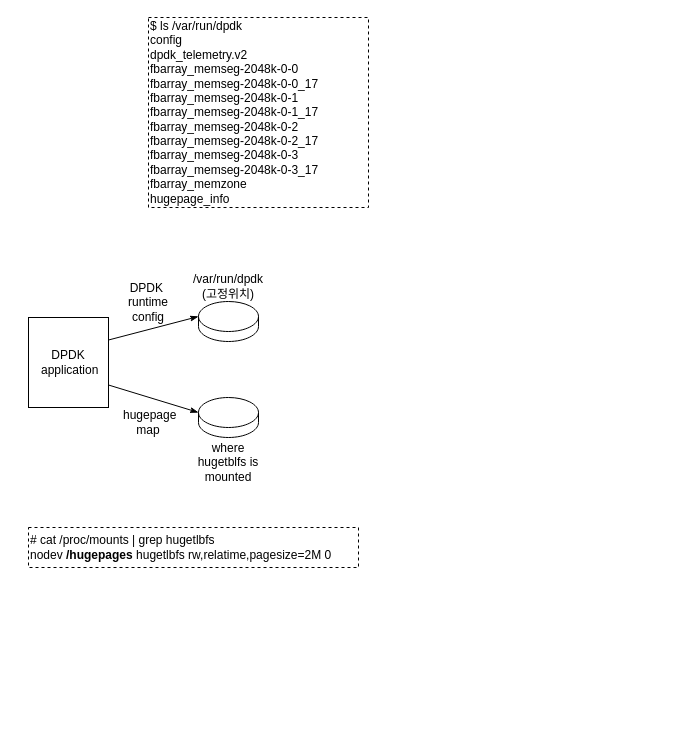
The draw.io diagram page "Copy of Page-1" (2 of 2) of dpdk multi-process.drawio in cychong47/how-to-share-hugepage-in-k8s, before the edit. Source tidied: cells renumbered, new cells numbered last; positions are measured from the earlier drawing's top-left corner, leaving out a move shared by most shapes. Both pictures are drawn from the tidied source at 100%, with x=0, y=0 at pixel (28, 17).
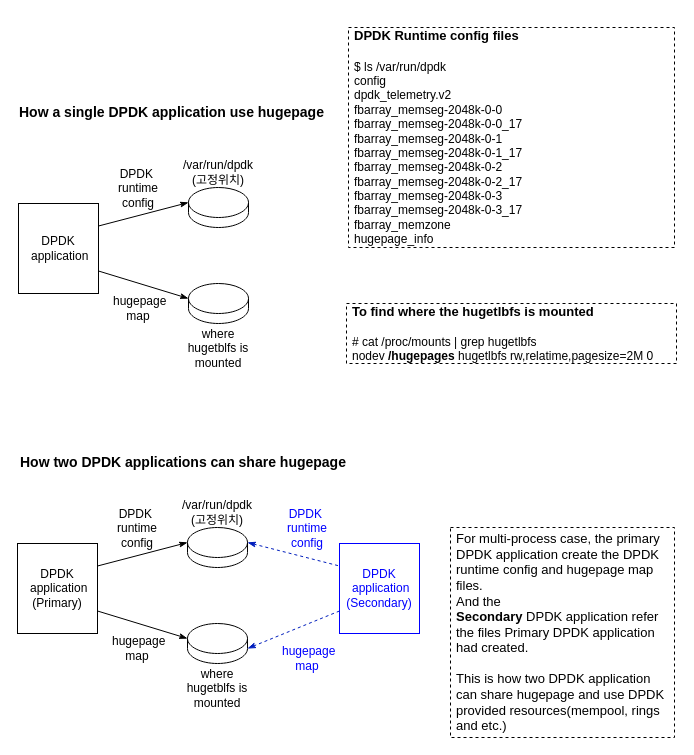
The same page after the edit.

Commit message:
Add basic multi-process case

Diff of the diagram source:
```diff
@@
-    <mxCell id="2" value="&lt;div&gt;# cat /proc/mounts | grep hugetlbfs&lt;/div&gt;&lt;div&gt;nodev &lt;b&gt;/hugepages&lt;/b&gt; hugetlbfs rw,relatime,pagesize=2M 0&amp;nbsp;&lt;/div&gt;" style="text;html=1;strokeColor=default;fillColor=none;align=left;verticalAlign=middle;whiteSpace=wrap;rounded=0;fontFamily=Helvetica;dashed=1;" parent="1" vertex="1">
-      <mxGeometry y="510" width="330" height="40" as="geometry" />
+    <mxCell id="2" value="&lt;div style=&quot;font-size: 13px&quot;&gt;&lt;b&gt;&lt;font style=&quot;font-size: 13px&quot;&gt;To find where the hugetlbfs is mounted&lt;/font&gt;&lt;/b&gt;&lt;/div&gt;&lt;div style=&quot;font-size: 13px&quot;&gt;&lt;br&gt;&lt;/div&gt;&lt;div&gt;# cat /proc/mounts | grep hugetlbfs&lt;/div&gt;&lt;div&gt;nodev &lt;b&gt;/hugepages&lt;/b&gt; hugetlbfs rw,relatime,pagesize=2M 0&amp;nbsp;&lt;/div&gt;" style="text;html=1;strokeColor=default;fillColor=none;align=left;verticalAlign=middle;whiteSpace=wrap;rounded=0;fontFamily=Helvetica;dashed=1;spacing=6;" parent="1" vertex="1">
+      <mxGeometry x="318" y="286" width="330" height="60" as="geometry" />
     </mxCell>
-    <mxCell id="3" value="&lt;div&gt;$ ls /var/run/dpdk&lt;/div&gt;&lt;div&gt;config&lt;/div&gt;&lt;div&gt;dpdk_telemetry.v2&lt;/div&gt;&lt;div&gt;fbarray_memseg-2048k-0-0&lt;/div&gt;&lt;div&gt;fbarray_memseg-2048k-0-0_17&lt;/div&gt;&lt;div&gt;fbarray_memseg-2048k-0-1&lt;/div&gt;&lt;div&gt;fbarray_memseg-2048k-0-1_17&lt;/div&gt;&lt;div&gt;fbarray_memseg-2048k-0-2&lt;/div&gt;&lt;div&gt;fbarray_memseg-2048k-0-2_17&lt;/div&gt;&lt;div&gt;fbarray_memseg-2048k-0-3&lt;/div&gt;&lt;div&gt;fbarray_memseg-2048k-0-3_17&lt;/div&gt;&lt;div&gt;fbarray_memzone&lt;/div&gt;&lt;div&gt;hugepage_info&lt;/div&gt;" style="text;html=1;strokeColor=default;fillColor=none;align=left;verticalAlign=middle;whiteSpace=wrap;rounded=0;fontFamily=Helvetica;dashed=1;" parent="1" vertex="1">
-      <mxGeometry x="120" width="220" height="190" as="geometry" />
+    <mxCell id="3" value="&lt;div style=&quot;font-size: 13px&quot;&gt;&lt;b&gt;&lt;font style=&quot;font-size: 13px&quot;&gt;DPDK Runtime config files&lt;/font&gt;&lt;/b&gt;&lt;/div&gt;&lt;div style=&quot;font-size: 13px&quot;&gt;&lt;br&gt;&lt;/div&gt;&lt;div&gt;$ ls /var/run/dpdk&lt;/div&gt;&lt;div&gt;config&lt;/div&gt;&lt;div&gt;dpdk_telemetry.v2&lt;/div&gt;&lt;div&gt;fbarray_memseg-2048k-0-0&lt;/div&gt;&lt;div&gt;fbarray_memseg-2048k-0-0_17&lt;/div&gt;&lt;div&gt;fbarray_memseg-2048k-0-1&lt;/div&gt;&lt;div&gt;fbarray_memseg-2048k-0-1_17&lt;/div&gt;&lt;div&gt;fbarray_memseg-2048k-0-2&lt;/div&gt;&lt;div&gt;fbarray_memseg-2048k-0-2_17&lt;/div&gt;&lt;div&gt;fbarray_memseg-2048k-0-3&lt;/div&gt;&lt;div&gt;fbarray_memseg-2048k-0-3_17&lt;/div&gt;&lt;div&gt;fbarray_memzone&lt;/div&gt;&lt;div&gt;hugepage_info&lt;/div&gt;" style="text;html=1;strokeColor=default;fillColor=none;align=left;verticalAlign=middle;whiteSpace=wrap;rounded=0;fontFamily=Helvetica;dashed=1;spacing=6;" parent="1" vertex="1">
+      <mxGeometry x="320" y="10" width="326" height="220" as="geometry" />
     </mxCell>
+    <mxCell id="13" value="DPDK &amp;nbsp;application&lt;br&gt;(Primary)" style="rounded=0;whiteSpace=wrap;html=1;" parent="1" vertex="1">
+      <mxGeometry x="-11" y="526" width="80" height="90" as="geometry" />
+    </mxCell>
+    <mxCell id="14" style="shape=cylinder3;whiteSpace=wrap;html=1;boundedLbl=1;backgroundOutline=1;size=15;" parent="1" vertex="1">
+      <mxGeometry x="159" y="606" width="60" height="40" as="geometry" />
+    </mxCell>
+    <mxCell id="15" style="shape=cylinder3;whiteSpace=wrap;html=1;boundedLbl=1;backgroundOutline=1;size=15;" parent="1" vertex="1">
+      <mxGeometry x="159" y="510" width="60" height="40" as="geometry" />
+    </mxCell>
+    <mxCell id="16" value="where hugetblfs is mounted" style="text;html=1;strokeColor=none;fillColor=none;align=center;verticalAlign=middle;whiteSpace=wrap;rounded=0;" parent="1" vertex="1">
+      <mxGeometry x="149" y="656" width="80" height="30" as="geometry" />
+    </mxCell>
+    <mxCell id="17" value="DPDK&amp;nbsp;&lt;br&gt;runtime&lt;br&gt;config" style="text;html=1;strokeColor=none;fillColor=none;align=center;verticalAlign=middle;whiteSpace=wrap;rounded=0;" parent="1" vertex="1">
+      <mxGeometry x="79" y="496" width="60" height="30" as="geometry" />
+    </mxCell>
+    <mxCell id="18" style="endArrow=none;html=1;rounded=0;exitX=0;exitY=0;exitDx=0;exitDy=15;exitPerimeter=0;endFill=0;startArrow=classicThin;startFill=1;entryX=1;entryY=0.75;entryDx=0;entryDy=0;" parent="1" edge="1" source="14" target="13">
+      <mxGeometry relative="1" as="geometry" />
+    </mxCell>
+    <mxCell id="19" style="endArrow=none;html=1;rounded=0;entryX=1;entryY=0.25;entryDx=0;entryDy=0;startArrow=classicThin;startFill=1;exitX=0;exitY=0;exitDx=0;exitDy=15;exitPerimeter=0;" parent="1" edge="1" source="15" target="13">
+      <mxGeometry relative="1" as="geometry" />
+    </mxCell>
+    <mxCell id="20" value="/var/run/dpdk&lt;br&gt;(고정위치)" style="text;html=1;strokeColor=none;fillColor=none;align=center;verticalAlign=middle;whiteSpace=wrap;rounded=0;" parent="1" vertex="1">
+      <mxGeometry x="159" y="480" width="60" height="30" as="geometry" />
+    </mxCell>
+    <mxCell id="21" value="&amp;nbsp;hugepage&lt;br&gt;map" style="text;html=1;strokeColor=none;fillColor=none;align=center;verticalAlign=middle;whiteSpace=wrap;rounded=0;" parent="1" vertex="1">
+      <mxGeometry x="79" y="616" width="60" height="30" as="geometry" />
+    </mxCell>
+    <mxCell id="22" value="DPDK &amp;nbsp;application&lt;br&gt;(Secondary)" style="rounded=0;whiteSpace=wrap;html=1;strokeColor=#0000FF;fontColor=#0000FF;" parent="1" vertex="1">
+      <mxGeometry x="311" y="526" width="80" height="90" as="geometry" />
+    </mxCell>
+    <mxCell id="23" style="endArrow=none;html=1;rounded=0;entryX=0;entryY=0.25;entryDx=0;entryDy=0;startArrow=classicThin;startFill=1;exitX=1;exitY=0;exitDx=0;exitDy=15;exitPerimeter=0;fillColor=#0050ef;strokeColor=#001DBC;dashed=1;" parent="1" edge="1" source="15" target="22">
+      <mxGeometry relative="1" as="geometry" />
+    </mxCell>
+    <mxCell id="24" style="endArrow=none;html=1;rounded=0;exitX=1;exitY=1;exitDx=0;exitDy=-15;exitPerimeter=0;endFill=0;startArrow=classicThin;startFill=1;entryX=0;entryY=0.75;entryDx=0;entryDy=0;fillColor=#0050ef;strokeColor=#001DBC;dashed=1;" parent="1" edge="1" source="14" target="22">
+      <mxGeometry relative="1" as="geometry" />
+    </mxCell>
+    <mxCell id="25" value="&amp;nbsp;hugepage&lt;br&gt;map" style="text;html=1;strokeColor=none;fillColor=none;align=center;verticalAlign=middle;whiteSpace=wrap;rounded=0;fontColor=#0000FF;" parent="1" vertex="1">
+      <mxGeometry x="249" y="626" width="60" height="30" as="geometry" />
+    </mxCell>
+    <mxCell id="26" value="DPDK&amp;nbsp;&lt;br&gt;runtime&lt;br&gt;config" style="text;html=1;strokeColor=none;fillColor=none;align=center;verticalAlign=middle;whiteSpace=wrap;rounded=0;fontColor=#0000FF;" parent="1" vertex="1">
+      <mxGeometry x="249" y="496" width="60" height="30" as="geometry" />
+    </mxCell>
+    <mxCell id="27" value="&lt;div&gt;&lt;font size=&quot;2&quot;&gt;For multi-process case, the&amp;nbsp;primary DPDK application create the DPDK runtime config and&amp;nbsp;hugepage map files.&amp;nbsp;&lt;/font&gt;&lt;/div&gt;&lt;div&gt;&lt;font size=&quot;2&quot;&gt;And the &lt;b&gt;Secondary&lt;/b&gt;&amp;nbsp;DPDK&amp;nbsp;application refer the&amp;nbsp;files Primary DPDK&amp;nbsp;application had created.&lt;/font&gt;&lt;/div&gt;&lt;div&gt;&lt;font size=&quot;2&quot;&gt;&lt;br&gt;&lt;/font&gt;&lt;/div&gt;&lt;div&gt;&lt;font size=&quot;2&quot;&gt;This is how two DPDK&amp;nbsp;application can share hugepage and use DPDK provided resources(mempool, rings and etc.)&lt;/font&gt;&lt;/div&gt;" style="text;html=1;strokeColor=default;fillColor=none;align=left;verticalAlign=middle;whiteSpace=wrap;rounded=0;fontFamily=Helvetica;dashed=1;spacing=6;" parent="1" vertex="1">
+      <mxGeometry x="422" y="510" width="224" height="210" as="geometry" />
+    </mxCell>
+    <mxCell id="28" style="group;" parent="1" vertex="1">
+      <mxGeometry x="-10" y="140" width="240" height="206" as="geometry" />
+    </mxCell>
-    <mxCell id="4" value="DPDK &amp;nbsp;application" style="rounded=0;whiteSpace=wrap;html=1;" parent="1" vertex="1">
-      <mxGeometry y="300" width="80" height="90" as="geometry" />
+    <mxCell id="4" value="DPDK &amp;nbsp;application" style="rounded=0;whiteSpace=wrap;html=1;" parent="28" vertex="1">
+      <mxGeometry y="46" width="80" height="90" as="geometry" />
     </mxCell>
-    <mxCell id="5" style="shape=cylinder3;whiteSpace=wrap;html=1;boundedLbl=1;backgroundOutline=1;size=15;" parent="1" vertex="1">
-      <mxGeometry x="170" y="380" width="60" height="40" as="geometry" />
+    <mxCell id="5" style="shape=cylinder3;whiteSpace=wrap;html=1;boundedLbl=1;backgroundOutline=1;size=15;" parent="28" vertex="1">
+      <mxGeometry x="170" y="126" width="60" height="40" as="geometry" />
     </mxCell>
-    <mxCell id="6" style="shape=cylinder3;whiteSpace=wrap;html=1;boundedLbl=1;backgroundOutline=1;size=15;" parent="1" vertex="1">
-      <mxGeometry x="170" y="284" width="60" height="40" as="geometry" />
+    <mxCell id="6" style="shape=cylinder3;whiteSpace=wrap;html=1;boundedLbl=1;backgroundOutline=1;size=15;" parent="28" vertex="1">
+      <mxGeometry x="170" y="30" width="60" height="40" as="geometry" />
     </mxCell>
-    <mxCell id="7" value="where hugetblfs is mounted" style="text;html=1;strokeColor=none;fillColor=none;align=center;verticalAlign=middle;whiteSpace=wrap;rounded=0;" parent="1" vertex="1">
-      <mxGeometry x="160" y="430" width="80" height="30" as="geometry" />
+    <mxCell id="7" value="where hugetblfs is mounted" style="text;html=1;strokeColor=none;fillColor=none;align=center;verticalAlign=middle;whiteSpace=wrap;rounded=0;" parent="28" vertex="1">
+      <mxGeometry x="160" y="176" width="80" height="30" as="geometry" />
     </mxCell>
-    <mxCell id="8" value="DPDK&amp;nbsp;&lt;br&gt;runtime&lt;br&gt;config" style="text;html=1;strokeColor=none;fillColor=none;align=center;verticalAlign=middle;whiteSpace=wrap;rounded=0;" parent="1" vertex="1">
-      <mxGeometry x="90" y="270" width="60" height="30" as="geometry" />
+    <mxCell id="8" value="DPDK&amp;nbsp;&lt;br&gt;runtime&lt;br&gt;config" style="text;html=1;strokeColor=none;fillColor=none;align=center;verticalAlign=middle;whiteSpace=wrap;rounded=0;" parent="28" vertex="1">
+      <mxGeometry x="90" y="16" width="60" height="30" as="geometry" />
     </mxCell>
-    <mxCell id="9" style="endArrow=none;html=1;rounded=0;exitX=0;exitY=0;exitDx=0;exitDy=15;exitPerimeter=0;endFill=0;startArrow=classicThin;startFill=1;entryX=1;entryY=0.75;entryDx=0;entryDy=0;" parent="1" edge="1" source="5" target="4">
+    <mxCell id="9" style="endArrow=none;html=1;rounded=0;exitX=0;exitY=0;exitDx=0;exitDy=15;exitPerimeter=0;endFill=0;startArrow=classicThin;startFill=1;entryX=1;entryY=0.75;entryDx=0;entryDy=0;" parent="28" edge="1" source="5" target="4">
       <mxGeometry relative="1" as="geometry" />
     </mxCell>
-    <mxCell id="10" style="endArrow=none;html=1;rounded=0;entryX=1;entryY=0.25;entryDx=0;entryDy=0;startArrow=classicThin;startFill=1;exitX=0;exitY=0;exitDx=0;exitDy=15;exitPerimeter=0;" parent="1" edge="1" source="6" target="4">
+    <mxCell id="10" style="endArrow=none;html=1;rounded=0;entryX=1;entryY=0.25;entryDx=0;entryDy=0;startArrow=classicThin;startFill=1;exitX=0;exitY=0;exitDx=0;exitDy=15;exitPerimeter=0;" parent="28" edge="1" source="6" target="4">
       <mxGeometry relative="1" as="geometry" />
     </mxCell>
-    <mxCell id="11" value="/var/run/dpdk&lt;br&gt;(고정위치)" style="text;html=1;strokeColor=none;fillColor=none;align=center;verticalAlign=middle;whiteSpace=wrap;rounded=0;" parent="1" vertex="1">
-      <mxGeometry x="170" y="254" width="60" height="30" as="geometry" />
+    <mxCell id="11" value="/var/run/dpdk&lt;br&gt;(고정위치)" style="text;html=1;strokeColor=none;fillColor=none;align=center;verticalAlign=middle;whiteSpace=wrap;rounded=0;" parent="28" vertex="1">
+      <mxGeometry x="170" width="60" height="30" as="geometry" />
     </mxCell>
-    <mxCell id="12" value="&amp;nbsp;hugepage&lt;br&gt;map" style="text;html=1;strokeColor=none;fillColor=none;align=center;verticalAlign=middle;whiteSpace=wrap;rounded=0;" parent="1" vertex="1">
-      <mxGeometry x="90" y="390" width="60" height="30" as="geometry" />
+    <mxCell id="12" value="&amp;nbsp;hugepage&lt;br&gt;map" style="text;html=1;strokeColor=none;fillColor=none;align=center;verticalAlign=middle;whiteSpace=wrap;rounded=0;" parent="28" vertex="1">
+      <mxGeometry x="90" y="136" width="60" height="30" as="geometry" />
     </mxCell>
+    <mxCell id="29" value="How two DPDK applications can share hugepage" style="text;html=1;strokeColor=none;fillColor=none;align=left;verticalAlign=middle;whiteSpace=wrap;rounded=0;fontSize=14;fontStyle=1;" parent="1" vertex="1">
+      <mxGeometry x="-10" y="430" width="360" height="30" as="geometry" />
+    </mxCell>
+    <mxCell id="30" value="How a single DPDK application use hugepage" style="text;html=1;strokeColor=none;fillColor=none;align=left;verticalAlign=middle;whiteSpace=wrap;rounded=0;fontSize=14;fontStyle=1;" parent="1" vertex="1">
+      <mxGeometry x="-11" y="80" width="360" height="30" as="geometry" />
+    </mxCell>
```
